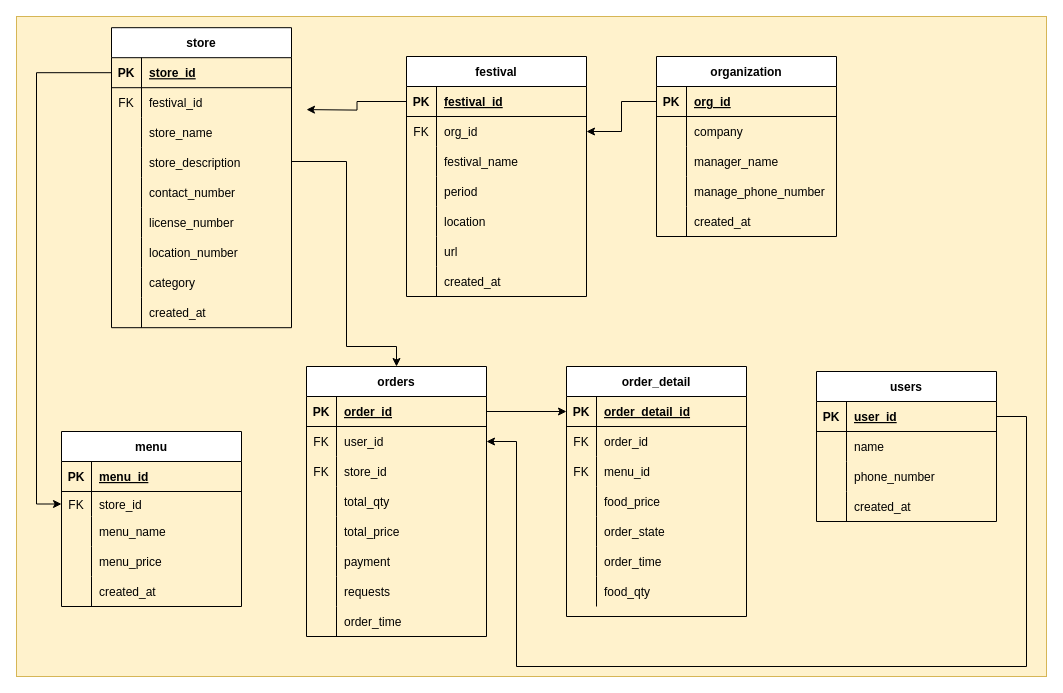
Earlier version of the draw.io diagram DB Diagram.drawio (jaden7856/Goblin_DB_Schema). Source tidied: cells renumbered, new cells numbered last; positions are measured from the earlier drawing's top-left corner, leaving out a move shared by most shapes. Both pictures are drawn from the tidied source at 100%, with x=0, y=0 at pixel (16, 16).
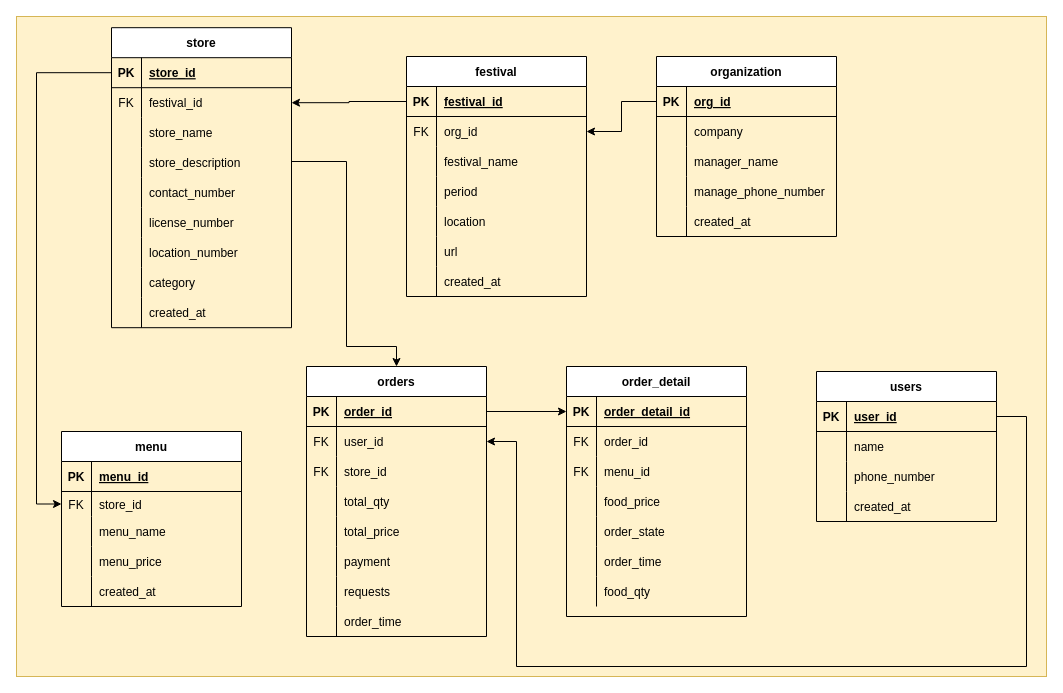
After the change.

The change refers to these unchanged cells:
```xml
<mxCell id="8" style="shape=partialRectangle;fillColor=none;top=0;left=0;bottom=0;right=0;points=[[0,0.5],[1,0.5]];portConstraint=eastwest;" parent="4" vertex="1">
  <mxGeometry y="60" width="180" height="30" as="geometry" />
</mxCell>
<mxCell id="72" style="shape=partialRectangle;fillColor=none;top=0;left=0;bottom=1;right=0;points=[[0,0.5],[1,0.5]];portConstraint=eastwest;" parent="71" vertex="1">
  <mxGeometry y="30" width="180" height="30" as="geometry" />
</mxCell>
```

Diff of the diagram source:
```diff
@@
-    <mxCell id="134" style="edgeStyle=orthogonalEdgeStyle;rounded=0;jettySize=auto;html=1;entryX=1;entryY=0.291;entryDx=0;entryDy=0;entryPerimeter=0;" parent="1" edge="1" source="72">
-      <mxGeometry relative="1" as="geometry">
-        <mxPoint x="290" y="93.1" as="targetPoint" />
-      </mxGeometry>
+    <mxCell id="134" style="edgeStyle=orthogonalEdgeStyle;rounded=0;jettySize=auto;html=1;entryX=1;entryY=0.5;entryDx=0;entryDy=0;" parent="1" edge="1" source="72" target="8">
+      <mxGeometry relative="1" as="geometry" />
     </mxCell>
```
